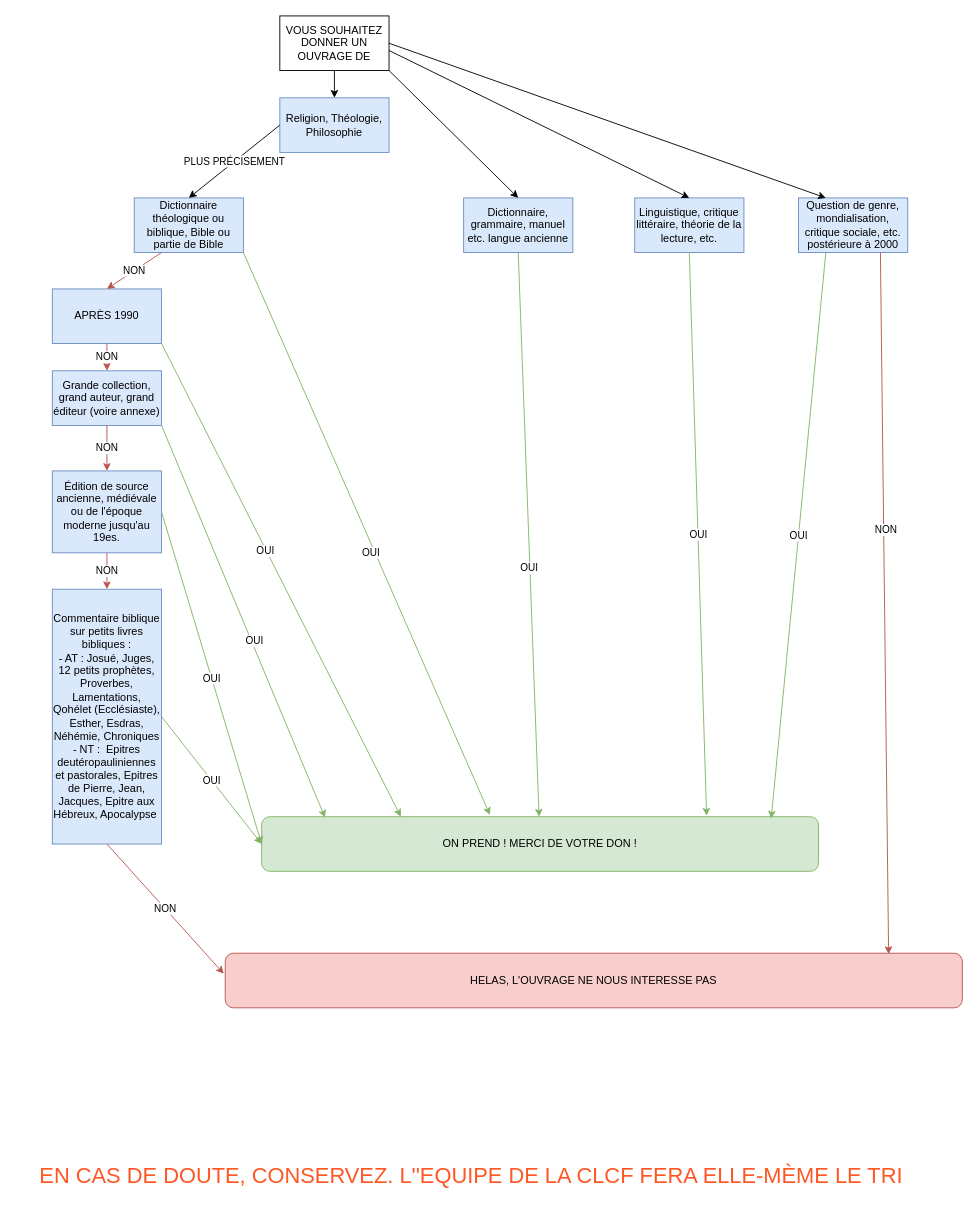
CLCFrancophone/guide_don keeps this draw.io diagram as diagramme.drawio. Above is the earlier version. Source tidied: cells renumbered, new cells numbered last; positions are measured from the earlier drawing's top-left corner, leaving out a move shared by most shapes. Both pictures are drawn from the tidied source at 91%, with x=0, y=0 at pixel (29, 15).
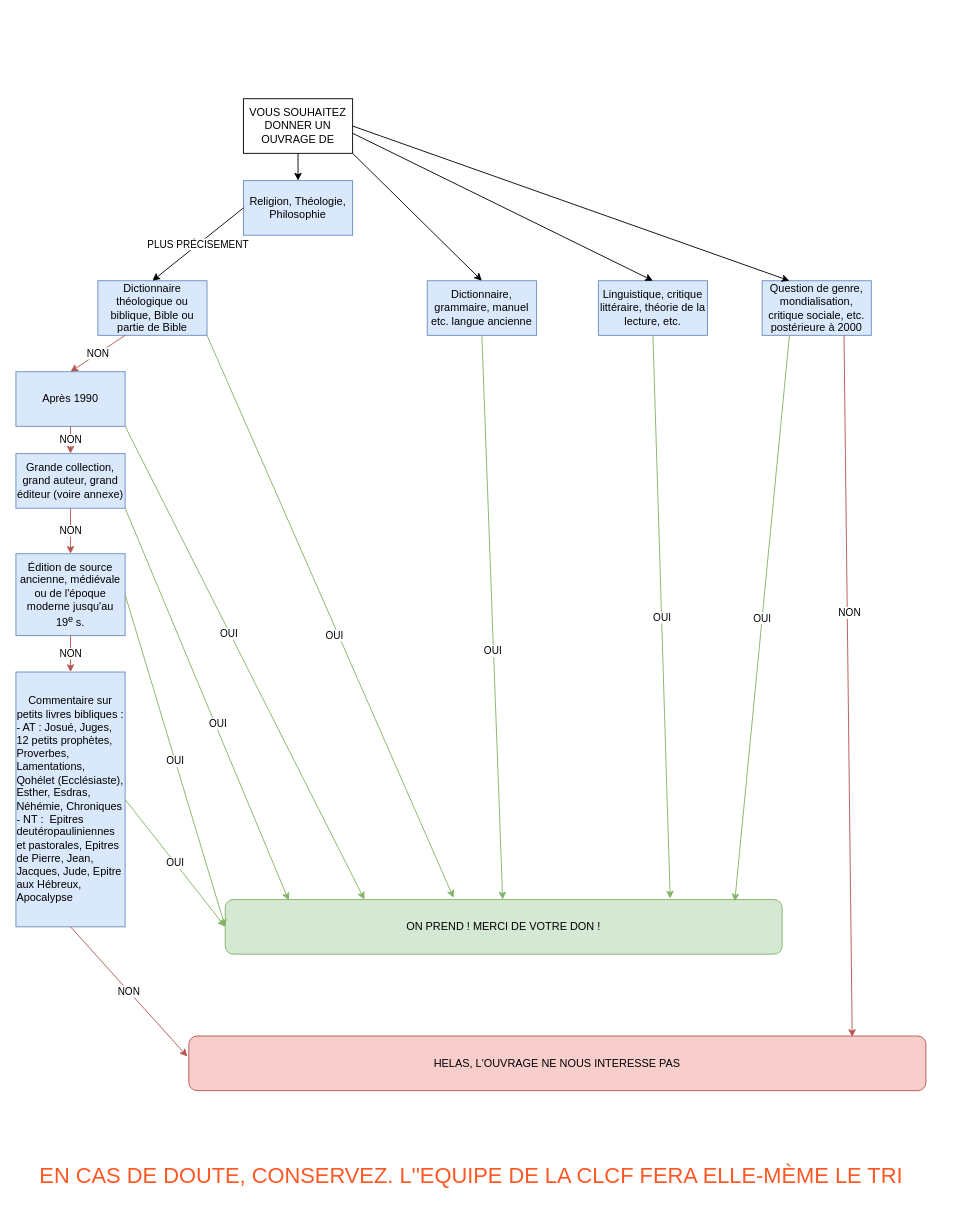
Above is the later version.

Commit message (it also covers changes not shown here):
Ajustement suite remarques Sophie-Anne

What changed in the source:
```diff
@@
+    <mxCell id="39" value="&lt;font color=&quot;#ff5724&quot; style=&quot;font-size: 24px;&quot;&gt;EN CAS DE DOUTE, CONSERVEZ. L''EQUIPE DE LA CLCF FERA ELLE-MÈME LE TRI&lt;/font&gt;" style="text;html=1;align=center;verticalAlign=middle;fillColor=none;strokeColor=none;rounded=0;" parent="1" vertex="1">
+      <mxGeometry y="1255" width="970" height="40" as="geometry" />
+    </mxCell>
+    <mxCell id="40" style="group;" parent="1" vertex="1">
+      <mxGeometry x="-15" y="91" width="1000" height="1090" as="geometry" />
+    </mxCell>
-    <mxCell id="2" value="Religion, Théologie, Philosophie" style="rounded=0;whiteSpace=wrap;html=1;fillColor=#dae8fc;strokeColor=#6c8ebf;" parent="1" vertex="1">
-      <mxGeometry x="275" y="90" width="120" height="60" as="geometry" />
+    <mxCell id="2" value="Religion, Théologie, Philosophie" style="rounded=0;whiteSpace=wrap;html=1;fillColor=#dae8fc;strokeColor=#6c8ebf;" parent="40" vertex="1">
+      <mxGeometry x="250" y="90" width="120" height="60" as="geometry" />
     </mxCell>
-    <mxCell id="3" value="Dictionnaire, grammaire, manuel etc. langue ancienne" style="rounded=0;whiteSpace=wrap;html=1;fillColor=#dae8fc;strokeColor=#6c8ebf;" parent="1" vertex="1">
-      <mxGeometry x="477" y="200" width="120" height="60" as="geometry" />
+    <mxCell id="3" value="Dictionnaire, grammaire, manuel etc. langue ancienne" style="rounded=0;whiteSpace=wrap;html=1;fillColor=#dae8fc;strokeColor=#6c8ebf;" parent="40" vertex="1">
+      <mxGeometry x="452" y="200" width="120" height="60" as="geometry" />
     </mxCell>
-    <mxCell id="4" value="ON PREND ! MERCI DE VOTRE DON !" style="rounded=1;whiteSpace=wrap;html=1;fillColor=#d5e8d4;strokeColor=#82b366;" parent="1" vertex="1">
-      <mxGeometry x="255" y="880" width="612" height="60" as="geometry" />
+    <mxCell id="4" value="ON PREND ! MERCI DE VOTRE DON !" style="rounded=1;whiteSpace=wrap;html=1;fillColor=#d5e8d4;strokeColor=#82b366;" parent="40" vertex="1">
+      <mxGeometry x="230" y="880" width="612" height="60" as="geometry" />
     </mxCell>
-    <mxCell id="5" style="endArrow=classic;html=1;rounded=0;exitX=0.5;exitY=1;exitDx=0;exitDy=0;fillColor=#d5e8d4;strokeColor=#82b366;" parent="1" edge="1" source="3" target="4">
+    <mxCell id="5" style="endArrow=classic;html=1;rounded=0;exitX=0.5;exitY=1;exitDx=0;exitDy=0;fillColor=#d5e8d4;strokeColor=#82b366;" parent="40" edge="1" source="3" target="4">
       <mxGeometry relative="1" as="geometry" />
     </mxCell>
@@
-    <mxCell id="7" value="Dictionnaire théologique ou biblique, Bible ou partie de Bible" style="rounded=0;whiteSpace=wrap;html=1;fillColor=#dae8fc;strokeColor=#6c8ebf;" parent="1" vertex="1">
-      <mxGeometry x="115" y="200" width="120" height="60" as="geometry" />
+    <mxCell id="7" value="Dictionnaire théologique ou biblique, Bible ou partie de Bible" style="rounded=0;whiteSpace=wrap;html=1;fillColor=#dae8fc;strokeColor=#6c8ebf;" parent="40" vertex="1">
+      <mxGeometry x="90" y="200" width="120" height="60" as="geometry" />
     </mxCell>
-    <mxCell id="8" style="endArrow=classic;html=1;rounded=0;entryX=0.41;entryY=-0.033;entryDx=0;entryDy=0;entryPerimeter=0;exitX=1;exitY=1;exitDx=0;exitDy=0;fillColor=#d5e8d4;strokeColor=#82b366;" parent="1" edge="1" source="7" target="4">
+    <mxCell id="8" style="endArrow=classic;html=1;rounded=0;entryX=0.41;entryY=-0.033;entryDx=0;entryDy=0;entryPerimeter=0;exitX=1;exitY=1;exitDx=0;exitDy=0;fillColor=#d5e8d4;strokeColor=#82b366;" parent="40" edge="1" source="7" target="4">
       <mxGeometry relative="1" as="geometry" />
     </mxCell>
@@
-    <mxCell id="10" style="edgeStyle=orthogonalEdgeStyle;rounded=0;jettySize=auto;html=1;exitX=0.5;exitY=1;exitDx=0;exitDy=0;" parent="1" edge="1" source="11">
+    <mxCell id="10" style="edgeStyle=orthogonalEdgeStyle;rounded=0;jettySize=auto;html=1;exitX=0.5;exitY=1;exitDx=0;exitDy=0;" parent="40" edge="1" source="11">
       <mxGeometry relative="1" as="geometry">
-        <mxPoint x="85" y="330" as="targetPoint" />
+        <mxPoint x="60" y="330" as="targetPoint" />
       </mxGeometry>
     </mxCell>
-    <mxCell id="11" value="APRÈS 1990" style="rounded=0;whiteSpace=wrap;html=1;fillColor=#dae8fc;strokeColor=#6c8ebf;" parent="1" vertex="1">
-      <mxGeometry x="25" y="300" width="120" height="60" as="geometry" />
+    <mxCell id="11" value="Après 1990" style="rounded=0;whiteSpace=wrap;html=1;fillColor=#dae8fc;strokeColor=#6c8ebf;" parent="40" vertex="1">
+      <mxGeometry y="300" width="120" height="60" as="geometry" />
     </mxCell>
-    <mxCell id="12" value="NON" style="endArrow=classic;html=1;rounded=0;entryX=0.5;entryY=0;entryDx=0;entryDy=0;exitX=0.25;exitY=1;exitDx=0;exitDy=0;fillColor=#f8cecc;strokeColor=#b85450;" parent="1" edge="1" source="7" target="11">
+    <mxCell id="12" value="NON" style="endArrow=classic;html=1;rounded=0;entryX=0.5;entryY=0;entryDx=0;entryDy=0;exitX=0.25;exitY=1;exitDx=0;exitDy=0;fillColor=#f8cecc;strokeColor=#b85450;" parent="40" edge="1" source="7" target="11">
       <mxGeometry relative="1" as="geometry" />
     </mxCell>
-    <mxCell id="13" style="endArrow=classic;html=1;rounded=0;exitX=1;exitY=1;exitDx=0;exitDy=0;entryX=0.25;entryY=0;entryDx=0;entryDy=0;fillColor=#d5e8d4;strokeColor=#82b366;" parent="1" edge="1" source="11" target="4">
+    <mxCell id="13" style="endArrow=classic;html=1;rounded=0;exitX=1;exitY=1;exitDx=0;exitDy=0;entryX=0.25;entryY=0;entryDx=0;entryDy=0;fillColor=#d5e8d4;strokeColor=#82b366;" parent="40" edge="1" source="11" target="4">
       <mxGeometry relative="1" as="geometry" />
     </mxCell>
@@
-    <mxCell id="15" value="Grande collection, grand auteur, grand éditeur (voire annexe)" style="rounded=0;whiteSpace=wrap;html=1;fillColor=#dae8fc;strokeColor=#6c8ebf;" parent="1" vertex="1">
-      <mxGeometry x="25" y="390" width="120" height="60" as="geometry" />
+    <mxCell id="15" value="Grande collection, grand auteur, grand éditeur (voire annexe)" style="rounded=0;whiteSpace=wrap;html=1;fillColor=#dae8fc;strokeColor=#6c8ebf;" parent="40" vertex="1">
+      <mxGeometry y="390" width="120" height="60" as="geometry" />
     </mxCell>
-    <mxCell id="16" style="endArrow=classic;html=1;rounded=0;entryX=0.114;entryY=0.017;entryDx=0;entryDy=0;entryPerimeter=0;exitX=1;exitY=1;exitDx=0;exitDy=0;fillColor=#d5e8d4;strokeColor=#82b366;" parent="1" edge="1" source="15" target="4">
+    <mxCell id="16" style="endArrow=classic;html=1;rounded=0;entryX=0.114;entryY=0.017;entryDx=0;entryDy=0;entryPerimeter=0;exitX=1;exitY=1;exitDx=0;exitDy=0;fillColor=#d5e8d4;strokeColor=#82b366;" parent="40" edge="1" source="15" target="4">
       <mxGeometry relative="1" as="geometry" />
     </mxCell>
@@
-    <mxCell id="18" value="NON" style="endArrow=classic;html=1;rounded=0;entryX=0.5;entryY=0;entryDx=0;entryDy=0;fillColor=#f8cecc;strokeColor=#b85450;" parent="1" edge="1" source="11" target="15">
+    <mxCell id="18" value="NON" style="endArrow=classic;html=1;rounded=0;entryX=0.5;entryY=0;entryDx=0;entryDy=0;fillColor=#f8cecc;strokeColor=#b85450;" parent="40" edge="1" source="11" target="15">
       <mxGeometry relative="1" as="geometry" />
     </mxCell>
-    <mxCell id="19" value="Édition de source ancienne, médiévale ou de l'époque moderne jusqu'au 19es. " style="rounded=0;whiteSpace=wrap;html=1;fillColor=#dae8fc;strokeColor=#6c8ebf;" parent="1" vertex="1">
-      <mxGeometry x="25" y="500" width="120" height="90" as="geometry" />
+    <mxCell id="19" value="Édition de source ancienne, médiévale ou de l'époque moderne jusqu'au 19&lt;sup&gt;e&amp;nbsp;&lt;/sup&gt;s. " style="rounded=0;whiteSpace=wrap;html=1;fillColor=#dae8fc;strokeColor=#6c8ebf;" parent="40" vertex="1">
+      <mxGeometry y="500" width="120" height="90" as="geometry" />
     </mxCell>
-    <mxCell id="20" value="NON" style="endArrow=classic;html=1;rounded=0;entryX=0.5;entryY=0;entryDx=0;entryDy=0;exitX=0.5;exitY=1;exitDx=0;exitDy=0;fillColor=#f8cecc;strokeColor=#b85450;" parent="1" edge="1" source="15" target="19">
+    <mxCell id="20" value="NON" style="endArrow=classic;html=1;rounded=0;entryX=0.5;entryY=0;entryDx=0;entryDy=0;exitX=0.5;exitY=1;exitDx=0;exitDy=0;fillColor=#f8cecc;strokeColor=#b85450;" parent="40" edge="1" source="15" target="19">
       <mxGeometry relative="1" as="geometry" />
     </mxCell>
-    <mxCell id="21" value="OUI" style="endArrow=classic;html=1;rounded=0;entryX=0;entryY=0.5;entryDx=0;entryDy=0;exitX=1;exitY=0.5;exitDx=0;exitDy=0;fillColor=#d5e8d4;strokeColor=#82b366;" parent="1" edge="1" source="19" target="4">
+    <mxCell id="21" value="OUI" style="endArrow=classic;html=1;rounded=0;entryX=0;entryY=0.5;entryDx=0;entryDy=0;exitX=1;exitY=0.5;exitDx=0;exitDy=0;fillColor=#d5e8d4;strokeColor=#82b366;" parent="40" edge="1" source="19" target="4">
       <mxGeometry relative="1" as="geometry" />
     </mxCell>
-    <mxCell id="22" value="HELAS, L'OUVRAGE NE NOUS INTERESSE PAS" style="rounded=1;whiteSpace=wrap;html=1;fillColor=#f8cecc;strokeColor=#b85450;" parent="1" vertex="1">
-      <mxGeometry x="215" y="1030" width="810" height="60" as="geometry" />
+    <mxCell id="22" value="HELAS, L'OUVRAGE NE NOUS INTERESSE PAS" style="rounded=1;whiteSpace=wrap;html=1;fillColor=#f8cecc;strokeColor=#b85450;" parent="40" vertex="1">
+      <mxGeometry x="190" y="1030" width="810" height="60" as="geometry" />
     </mxCell>
-    <mxCell id="23" value="NON" style="endArrow=classic;html=1;rounded=0;entryX=0.5;entryY=0;entryDx=0;entryDy=0;exitX=0.5;exitY=1;exitDx=0;exitDy=0;fillColor=#f8cecc;strokeColor=#b85450;" parent="1" edge="1" source="19" target="36">
+    <mxCell id="23" value="NON" style="endArrow=classic;html=1;rounded=0;entryX=0.5;entryY=0;entryDx=0;entryDy=0;exitX=0.5;exitY=1;exitDx=0;exitDy=0;fillColor=#f8cecc;strokeColor=#b85450;" parent="40" edge="1" source="19" target="36">
       <mxGeometry relative="1" as="geometry" />
     </mxCell>
-    <mxCell id="24" value="Linguistique, critique littéraire, théorie de la lecture, etc." style="rounded=0;whiteSpace=wrap;html=1;fillColor=#dae8fc;strokeColor=#6c8ebf;" parent="1" vertex="1">
-      <mxGeometry x="665" y="200" width="120" height="60" as="geometry" />
+    <mxCell id="24" value="Linguistique, critique littéraire, théorie de la lecture, etc." style="rounded=0;whiteSpace=wrap;html=1;fillColor=#dae8fc;strokeColor=#6c8ebf;" parent="40" vertex="1">
+      <mxGeometry x="640" y="200" width="120" height="60" as="geometry" />
     </mxCell>
-    <mxCell id="25" value="OUI" style="endArrow=classic;html=1;rounded=0;entryX=0.799;entryY=-0.017;entryDx=0;entryDy=0;entryPerimeter=0;exitX=0.5;exitY=1;exitDx=0;exitDy=0;fillColor=#d5e8d4;strokeColor=#82b366;" parent="1" edge="1" source="24" target="4">
+    <mxCell id="25" value="OUI" style="endArrow=classic;html=1;rounded=0;entryX=0.799;entryY=-0.017;entryDx=0;entryDy=0;entryPerimeter=0;exitX=0.5;exitY=1;exitDx=0;exitDy=0;fillColor=#d5e8d4;strokeColor=#82b366;" parent="40" edge="1" source="24" target="4">
       <mxGeometry relative="1" as="geometry" />
     </mxCell>
-    <mxCell id="26" value="Question de genre, mondialisation, critique sociale, etc. postérieure à 2000" style="rounded=0;whiteSpace=wrap;html=1;fillColor=#dae8fc;strokeColor=#6c8ebf;" parent="1" vertex="1">
-      <mxGeometry x="845" y="200" width="120" height="60" as="geometry" />
+    <mxCell id="26" value="Question de genre, mondialisation, critique sociale, etc. postérieure à 2000" style="rounded=0;whiteSpace=wrap;html=1;fillColor=#dae8fc;strokeColor=#6c8ebf;" parent="40" vertex="1">
+      <mxGeometry x="820" y="200" width="120" height="60" as="geometry" />
     </mxCell>
-    <mxCell id="27" value="OUI" style="endArrow=classic;html=1;rounded=0;exitX=0.25;exitY=1;exitDx=0;exitDy=0;entryX=0.915;entryY=0.033;entryDx=0;entryDy=0;entryPerimeter=0;fillColor=#d5e8d4;strokeColor=#82b366;" parent="1" edge="1" source="26" target="4">
+    <mxCell id="27" value="OUI" style="endArrow=classic;html=1;rounded=0;exitX=0.25;exitY=1;exitDx=0;exitDy=0;entryX=0.915;entryY=0.033;entryDx=0;entryDy=0;entryPerimeter=0;fillColor=#d5e8d4;strokeColor=#82b366;" parent="40" edge="1" source="26" target="4">
       <mxGeometry relative="1" as="geometry" />
     </mxCell>
-    <mxCell id="28" style="endArrow=classic;html=1;rounded=0;entryX=0.9;entryY=0.017;entryDx=0;entryDy=0;entryPerimeter=0;exitX=0.75;exitY=1;exitDx=0;exitDy=0;fillColor=#f8cecc;strokeColor=#b85450;" parent="1" edge="1" source="26" target="22">
+    <mxCell id="28" style="endArrow=classic;html=1;rounded=0;entryX=0.9;entryY=0.017;entryDx=0;entryDy=0;entryPerimeter=0;exitX=0.75;exitY=1;exitDx=0;exitDy=0;fillColor=#f8cecc;strokeColor=#b85450;" parent="40" edge="1" source="26" target="22">
       <mxGeometry relative="1" as="geometry" />
     </mxCell>
@@
-    <mxCell id="30" value="VOUS SOUHAITEZ DONNER UN OUVRAGE DE" style="rounded=0;whiteSpace=wrap;html=1;" parent="1" vertex="1">
-      <mxGeometry x="275" width="120" height="60" as="geometry" />
+    <mxCell id="30" value="VOUS SOUHAITEZ DONNER UN OUVRAGE DE" style="rounded=0;whiteSpace=wrap;html=1;" parent="40" vertex="1">
+      <mxGeometry x="250" width="120" height="60" as="geometry" />
     </mxCell>
-    <mxCell id="31" style="endArrow=classic;html=1;rounded=0;entryX=0.5;entryY=0;entryDx=0;entryDy=0;exitX=0.5;exitY=1;exitDx=0;exitDy=0;" parent="1" edge="1" source="30" target="2">
+    <mxCell id="31" style="endArrow=classic;html=1;rounded=0;entryX=0.5;entryY=0;entryDx=0;entryDy=0;exitX=0.5;exitY=1;exitDx=0;exitDy=0;" parent="40" edge="1" source="30" target="2">
       <mxGeometry relative="1" as="geometry" />
     </mxCell>
-    <mxCell id="32" value="PLUS PRÉCISEMENT" style="endArrow=classic;html=1;rounded=0;exitX=0;exitY=0.5;exitDx=0;exitDy=0;entryX=0.5;entryY=0;entryDx=0;entryDy=0;" parent="1" edge="1" source="2" target="7">
+    <mxCell id="32" value="PLUS PRÉCISEMENT" style="endArrow=classic;html=1;rounded=0;exitX=0;exitY=0.5;exitDx=0;exitDy=0;entryX=0.5;entryY=0;entryDx=0;entryDy=0;" parent="40" edge="1" source="2" target="7">
       <mxGeometry relative="1" as="geometry" />
     </mxCell>
-    <mxCell id="33" style="endArrow=classic;html=1;rounded=0;entryX=0.5;entryY=0;entryDx=0;entryDy=0;exitX=1;exitY=1;exitDx=0;exitDy=0;" parent="1" edge="1" source="30" target="3">
+    <mxCell id="33" style="endArrow=classic;html=1;rounded=0;entryX=0.5;entryY=0;entryDx=0;entryDy=0;exitX=1;exitY=1;exitDx=0;exitDy=0;" parent="40" edge="1" source="30" target="3">
       <mxGeometry relative="1" as="geometry" />
     </mxCell>
-    <mxCell id="34" style="endArrow=classic;html=1;rounded=0;entryX=0.5;entryY=0;entryDx=0;entryDy=0;exitX=1;exitY=0.633;exitDx=0;exitDy=0;exitPerimeter=0;" parent="1" edge="1" source="30" target="24">
+    <mxCell id="34" style="endArrow=classic;html=1;rounded=0;entryX=0.5;entryY=0;entryDx=0;entryDy=0;exitX=1;exitY=0.633;exitDx=0;exitDy=0;exitPerimeter=0;" parent="40" edge="1" source="30" target="24">
       <mxGeometry relative="1" as="geometry" />
     </mxCell>
-    <mxCell id="35" style="endArrow=classic;html=1;rounded=0;entryX=0.25;entryY=0;entryDx=0;entryDy=0;exitX=1;exitY=0.5;exitDx=0;exitDy=0;" parent="1" edge="1" source="30" target="26">
+    <mxCell id="35" style="endArrow=classic;html=1;rounded=0;entryX=0.25;entryY=0;entryDx=0;entryDy=0;exitX=1;exitY=0.5;exitDx=0;exitDy=0;" parent="40" edge="1" source="30" target="26">
       <mxGeometry relative="1" as="geometry" />
     </mxCell>
-    <mxCell id="36" value="Commentaire biblique sur petits livres bibliques :&lt;br&gt;- AT : Josué, Juges, 12 petits prophètes, Proverbes, Lamentations, Qohélet (Ecclésiaste), Esther, Esdras, Néhémie, Chroniques&lt;br&gt;- NT :&amp;nbsp; Epitres deutéropauliniennes et pastorales, Epitres de Pierre, Jean, Jacques, Epitre aux Hébreux, Apocalypse&amp;nbsp;" style="rounded=0;whiteSpace=wrap;html=1;fillColor=#dae8fc;strokeColor=#6c8ebf;" parent="1" vertex="1">
-      <mxGeometry x="25" y="630" width="120" height="280" as="geometry" />
+    <mxCell id="36" value="Commentaire sur petits livres bibliques :&lt;br&gt;&lt;div style=&quot;text-align: left;&quot;&gt;&lt;span style=&quot;background-color: initial;&quot;&gt;- AT : Josué, Juges, 12 petits prophètes, Proverbes, Lamentations, Qohélet (Ecclésiaste), Esther, Esdras, Néhémie, Chroniques&lt;/span&gt;&lt;/div&gt;&lt;div style=&quot;text-align: left;&quot;&gt;&lt;span style=&quot;background-color: initial;&quot;&gt;- NT :&amp;nbsp; Epitres deutéropauliniennes et pastorales, Epitres de Pierre, Jean, Jacques, Jude, Epitre aux Hébreux, Apocalypse&amp;nbsp;&lt;/span&gt;&lt;/div&gt;" style="rounded=0;whiteSpace=wrap;html=1;fillColor=#dae8fc;strokeColor=#6c8ebf;" parent="40" vertex="1">
+      <mxGeometry y="630" width="120" height="280" as="geometry" />
     </mxCell>
-    <mxCell id="37" value="OUI" style="endArrow=classic;html=1;rounded=0;entryX=0;entryY=0.5;entryDx=0;entryDy=0;exitX=1;exitY=0.5;exitDx=0;exitDy=0;fillColor=#d5e8d4;strokeColor=#82b366;" parent="1" edge="1" source="36" target="4">
+    <mxCell id="37" value="OUI" style="endArrow=classic;html=1;rounded=0;entryX=0;entryY=0.5;entryDx=0;entryDy=0;exitX=1;exitY=0.5;exitDx=0;exitDy=0;fillColor=#d5e8d4;strokeColor=#82b366;" parent="40" edge="1" source="36" target="4">
       <mxGeometry relative="1" as="geometry" />
     </mxCell>
-    <mxCell id="38" value="NON" style="endArrow=classic;html=1;rounded=0;entryX=-0.002;entryY=0.375;entryDx=0;entryDy=0;entryPerimeter=0;exitX=0.5;exitY=1;exitDx=0;exitDy=0;fillColor=#f8cecc;strokeColor=#b85450;" parent="1" edge="1" source="36" target="22">
+    <mxCell id="38" value="NON" style="endArrow=classic;html=1;rounded=0;entryX=-0.002;entryY=0.375;entryDx=0;entryDy=0;entryPerimeter=0;exitX=0.5;exitY=1;exitDx=0;exitDy=0;fillColor=#f8cecc;strokeColor=#b85450;" parent="40" edge="1" source="36" target="22">
       <mxGeometry relative="1" as="geometry" />
     </mxCell>
-    <mxCell id="39" value="&lt;font color=&quot;#ff5724&quot; style=&quot;font-size: 24px;&quot;&gt;EN CAS DE DOUTE, CONSERVEZ. L''EQUIPE DE LA CLCF FERA ELLE-MÈME LE TRI&lt;/font&gt;" style="text;html=1;align=center;verticalAlign=middle;fillColor=none;strokeColor=none;rounded=0;" parent="1" vertex="1">
-      <mxGeometry y="1255" width="970" height="40" as="geometry" />
-    </mxCell>
```
